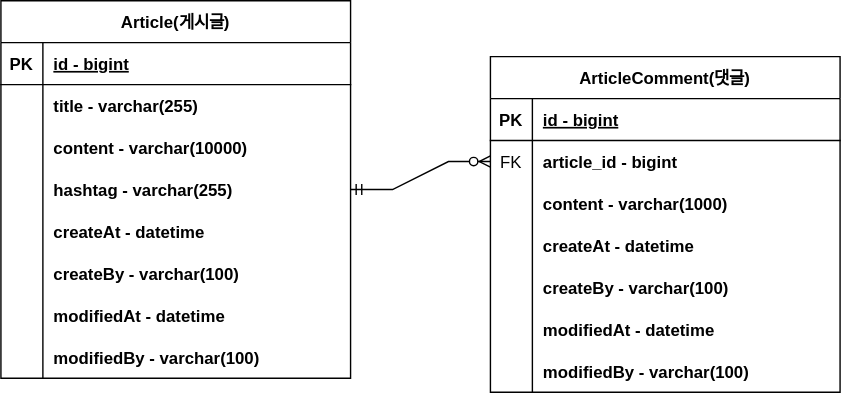
This is document/project-board-erd.svg from mun9769/spring-board-project, a draw.io export, as it was before one commit. Source tidied: cells renumbered, new cells last; positions are measured from the earlier drawing's top-left corner, leaving out a move shared by most shapes.
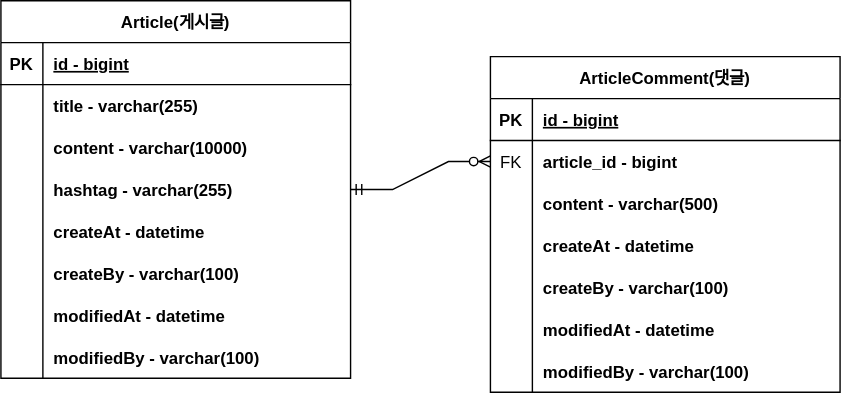
The same file after the commit.

What changed in the source:
```diff
@@ -104,7 +104,7 @@
     <mxCell id="35" style="shape=partialRectangle;overflow=hidden;fillColor=none;top=0;left=0;bottom=0;right=0;" parent="34" vertex="1">
       <mxGeometry width="30" height="30" as="geometry" />
     </mxCell>
-    <mxCell id="36" value="content - varchar(1000)" style="shape=partialRectangle;overflow=hidden;fillColor=none;top=0;left=0;bottom=0;right=0;align=left;spacingLeft=6;fontStyle=1;" parent="34" vertex="1">
+    <mxCell id="36" value="content - varchar(500)" style="shape=partialRectangle;overflow=hidden;fillColor=none;top=0;left=0;bottom=0;right=0;align=left;spacingLeft=6;fontStyle=1;" parent="34" vertex="1">
       <mxGeometry x="30" width="220" height="30" as="geometry" />
     </mxCell>
     <mxCell id="37" style="shape=partialRectangle;fillColor=none;top=0;left=0;right=0;bottom=0;" parent="27" vertex="1">
```
